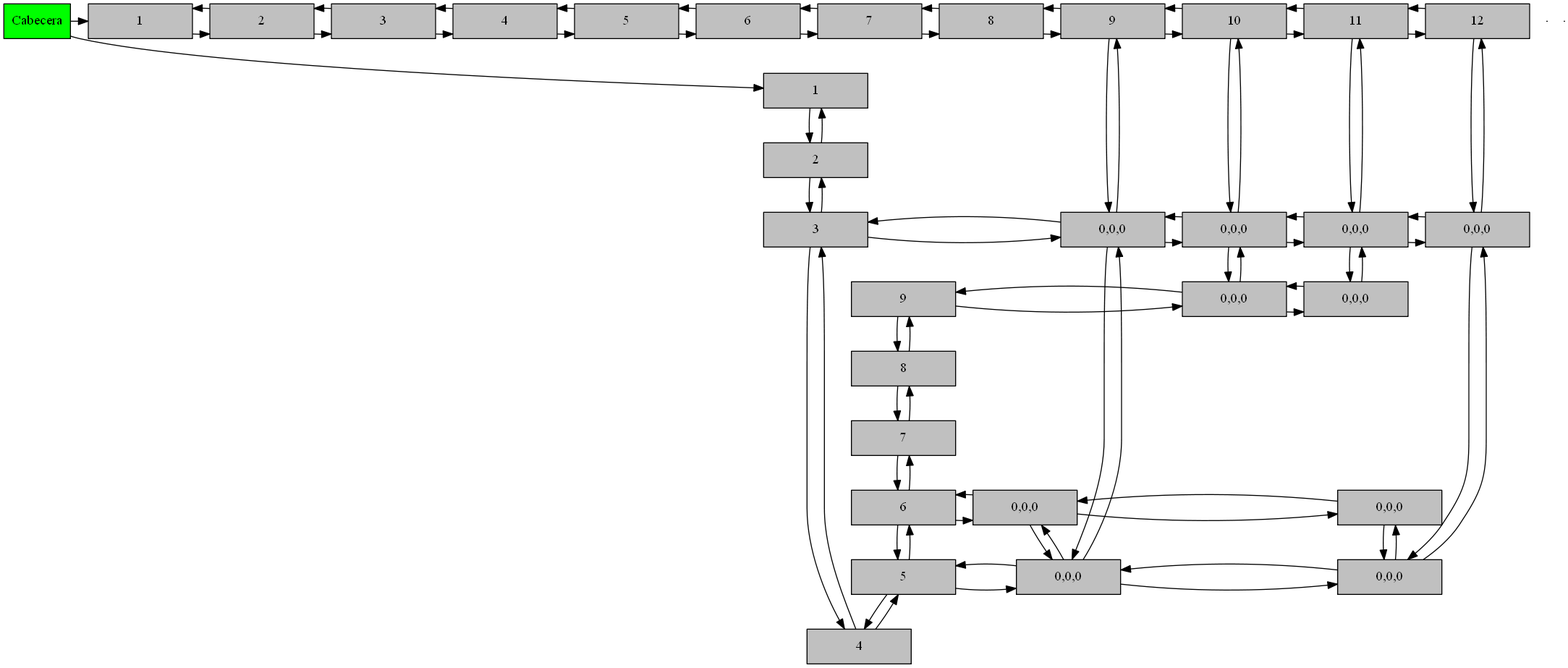
The Graphviz diagram ca.png in elimazariegos/EDD_2S2019_PY1_201709426, before a commit. Its source is kept beside it as ca.dot.
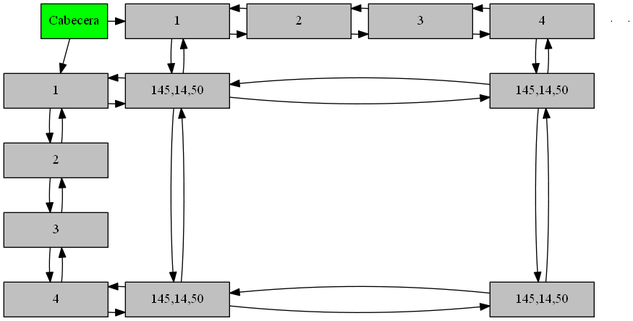
After the commit.

Change to the diagram source:
```diff
@@ -13,26 +13,6 @@
 f3->f4
 f4->f3
 f4[label="4"width = 1.5 style=filled, fillcolor=gray, group= 0 ]
-f5[label="5"width = 1.5 style=filled, fillcolor=gray, group= 0 ]
-f4->f5
-f5->f4
-f5[label="5"width = 1.5 style=filled, fillcolor=gray, group= 0 ]
-f6[label="6"width = 1.5 style=filled, fillcolor=gray, group= 0 ]
-f5->f6
-f6->f5
-f6[label="6"width = 1.5 style=filled, fillcolor=gray, group= 0 ]
-f7[label="7"width = 1.5 style=filled, fillcolor=gray, group= 0 ]
-f6->f7
-f7->f6
-f7[label="7"width = 1.5 style=filled, fillcolor=gray, group= 0 ]
-f8[label="8"width = 1.5 style=filled, fillcolor=gray, group= 0 ]
-f7->f8
-f8->f7
-f8[label="8"width = 1.5 style=filled, fillcolor=gray, group= 0 ]
-f9[label="9"width = 1.5 style=filled, fillcolor=gray, group= 0 ]
-f8->f9
-f9->f8
-f9[label="9"width = 1.5 style=filled, fillcolor=gray, group= 0 ]
 c1[label="1"width = 1.5 style=filled, fillcolor=gray, group= 1 ]
 c2[label="2"width = 1.5 style=filled, fillcolor=gray, group= 2 ]
 c1->c2
@@ -46,100 +26,32 @@
 c3->c4
 c4->c3
 c4[label="4"width = 1.5 style=filled, fillcolor=gray, group= 4 ]
-c5[label="5"width = 1.5 style=filled, fillcolor=gray, group= 5 ]
-c4->c5
-c5->c4
-c5[label="5"width = 1.5 style=filled, fillcolor=gray, group= 5 ]
-c6[label="6"width = 1.5 style=filled, fillcolor=gray, group= 6 ]
-c5->c6
-c6->c5
-c6[label="6"width = 1.5 style=filled, fillcolor=gray, group= 6 ]
-c7[label="7"width = 1.5 style=filled, fillcolor=gray, group= 7 ]
-c6->c7
-c7->c6
-c7[label="7"width = 1.5 style=filled, fillcolor=gray, group= 7 ]
-c8[label="8"width = 1.5 style=filled, fillcolor=gray, group= 8 ]
-c7->c8
-c8->c7
-c8[label="8"width = 1.5 style=filled, fillcolor=gray, group= 8 ]
-c9[label="9"width = 1.5 style=filled, fillcolor=gray, group= 9 ]
-c8->c9
-c9->c8
-c9[label="9"width = 1.5 style=filled, fillcolor=gray, group= 9 ]
-c10[label="10"width = 1.5 style=filled, fillcolor=gray, group= 10 ]
-c9->c10
-c10->c9
-c10[label="10"width = 1.5 style=filled, fillcolor=gray, group= 10 ]
-c11[label="11"width = 1.5 style=filled, fillcolor=gray, group= 11 ]
-c10->c11
-c11->c10
-c11[label="11"width = 1.5 style=filled, fillcolor=gray, group= 11 ]
-c12[label="12"width = 1.5 style=filled, fillcolor=gray, group= 12 ]
-c11->c12
-c12->c11
-c12[label="12"width = 1.5 style=filled, fillcolor=gray, group= 12 ]
-F3_C9[width = 1.5 style=filled, fillcolor=gray, group= 9, rank = f3;]
-F3_C9[label="0,0,0"]
-F3_C9->F3_C10
-F3_C9->F5_C9
-f3->F3_C9
-F3_C9->f3
-c9->F3_C9
-F3_C9->c9
-F3_C10[width = 1.5 style=filled, fillcolor=gray, group= 10, rank = f3;]
-F3_C10[label="0,0,0"]
-F3_C10->F3_C11
-F3_C10->F9_C10
-F3_C10->F3_C9
-c10->F3_C10
-F3_C10->c10
-F3_C11[width = 1.5 style=filled, fillcolor=gray, group= 11, rank = f3;]
-F3_C11[label="0,0,0"]
-F3_C11->F3_C12
-F3_C11->F9_C11
-F3_C11->F3_C10
-c11->F3_C11
-F3_C11->c11
-F3_C12[width = 1.5 style=filled, fillcolor=gray, group= 12, rank = f3;]
-F3_C12[label="0,0,0"]
-F3_C12->F5_C12
-F3_C12->F3_C11
-c12->F3_C12
-F3_C12->c12
-F5_C9[width = 1.5 style=filled, fillcolor=gray, group= 9, rank = f5;]
-F5_C9[label="0,0,0"]
-F5_C9->F5_C12
-F5_C9->F6_C9
-F5_C9->F3_C9
-f5->F5_C9
-F5_C9->f5
-F5_C12[width = 1.5 style=filled, fillcolor=gray, group= 12, rank = f5;]
-F5_C12[label="0,0,0"]
-F5_C12->F6_C12
-F5_C12->F3_C12
-F5_C12->F5_C9
-F6_C9[width = 1.5 style=filled, fillcolor=gray, group= 9, rank = f6;]
-F6_C9[label="0,0,0"]
-F6_C9->F6_C12
-F6_C9->F5_C9
-f6->F6_C9
-F6_C9->f6
-F6_C12[width = 1.5 style=filled, fillcolor=gray, group= 12, rank = f6;]
-F6_C12[label="0,0,0"]
-F6_C12->F5_C12
-F6_C12->F6_C9
-F9_C10[width = 1.5 style=filled, fillcolor=gray, group= 10, rank = f9;]
-F9_C10[label="0,0,0"]
-F9_C10->F9_C11
-F9_C10->F3_C10
-f9->F9_C10
-F9_C10->f9
-F9_C11[width = 1.5 style=filled, fillcolor=gray, group= 11, rank = f9;]
-F9_C11[label="0,0,0"]
-F9_C11->F3_C11
-F9_C11->F9_C10
-{rank = same f1;}{rank = same f2;}{rank = same f3;F3_C9;F3_C10;F3_C11;F3_C12;}{rank = same f4;}{rank = same f5;F5_C9;F5_C12;}{rank = same f6;F6_C9;F6_C12;}{rank = same f7;}{rank = same f8;}{rank = same f9;F9_C10;F9_C11;}{rank = same;Cabecera;
-c1;c2;c3;c4;c5;c6;c7;c8;c9;c10;c11;c12;}
+F1_C1[width = 1.5 style=filled, fillcolor=gray, group= 1, rank = f1;]
+F1_C1[label="145,14,50"]
+F1_C1->F1_C4
+F1_C1->F4_C1
+f1->F1_C1
+F1_C1->f1
+c1->F1_C1
+F1_C1->c1
+F1_C4[width = 1.5 style=filled, fillcolor=gray, group= 4, rank = f1;]
+F1_C4[label="145,14,50"]
+F1_C4->F4_C4
+F1_C4->F1_C1
+c4->F1_C4
+F1_C4->c4
+F4_C1[width = 1.5 style=filled, fillcolor=gray, group= 1, rank = f4;]
+F4_C1[label="145,14,50"]
+F4_C1->F4_C4
+F4_C1->F1_C1
+f4->F4_C1
+F4_C1->f4
+F4_C4[width = 1.5 style=filled, fillcolor=gray, group= 4, rank = f4;]
+F4_C4[label="145,14,50"]
+F4_C4->F1_C4
+F4_C4->F4_C1
+{rank = same f1;F1_C1;F1_C4;}{rank = same f2;}{rank = same f3;}{rank = same f4;F4_C1;F4_C4;}{rank = same;Cabecera;
+c1;c2;c3;c4;}
 Cabecera->f1
 Cabecera->c1
 }
```
